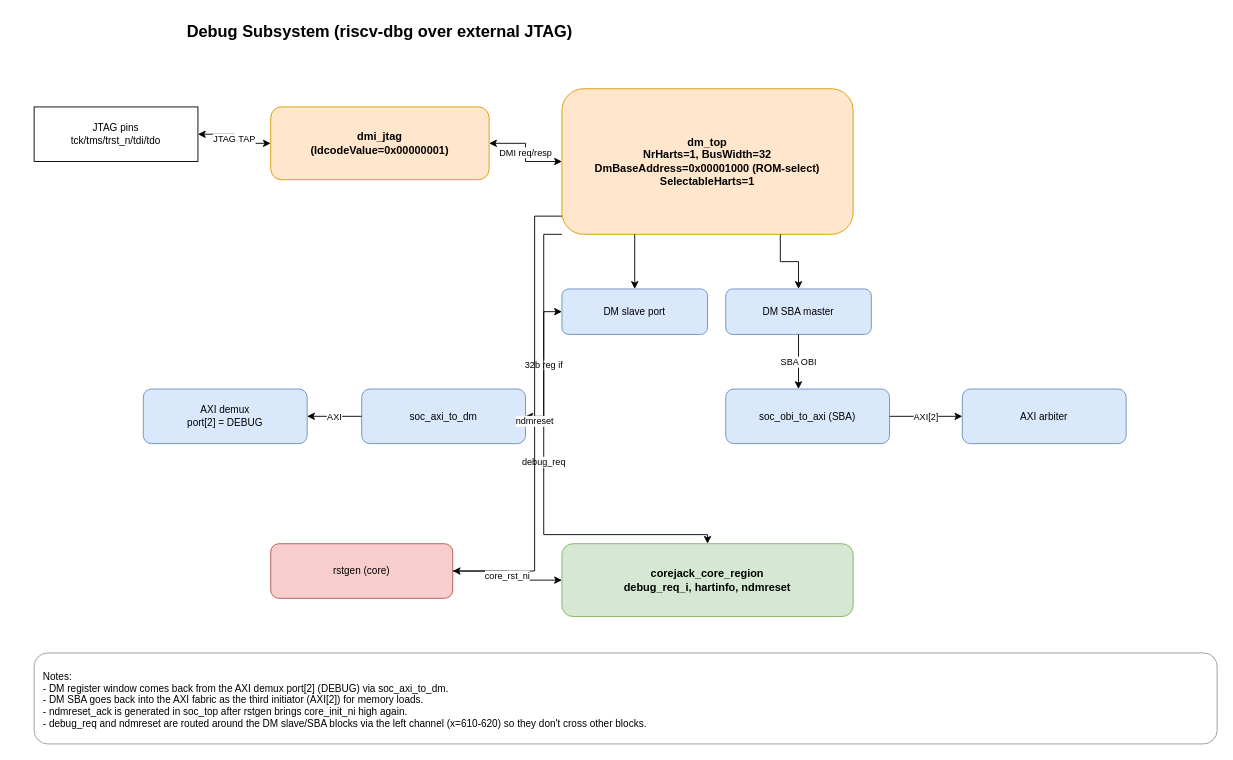
This is page "5. Debug Subsystem" (5 of 7) of docs/media/corejack_soc.drawio from patrickerich/corejack, a draw.io file, before an edit. Source tidied: cells renumbered, new cells numbered last; positions are measured from the earlier drawing's top-left corner, leaving out a move shared by most shapes. Both pictures are drawn from the tidied source at 91%, with x=0, y=0 at pixel (15, 15).
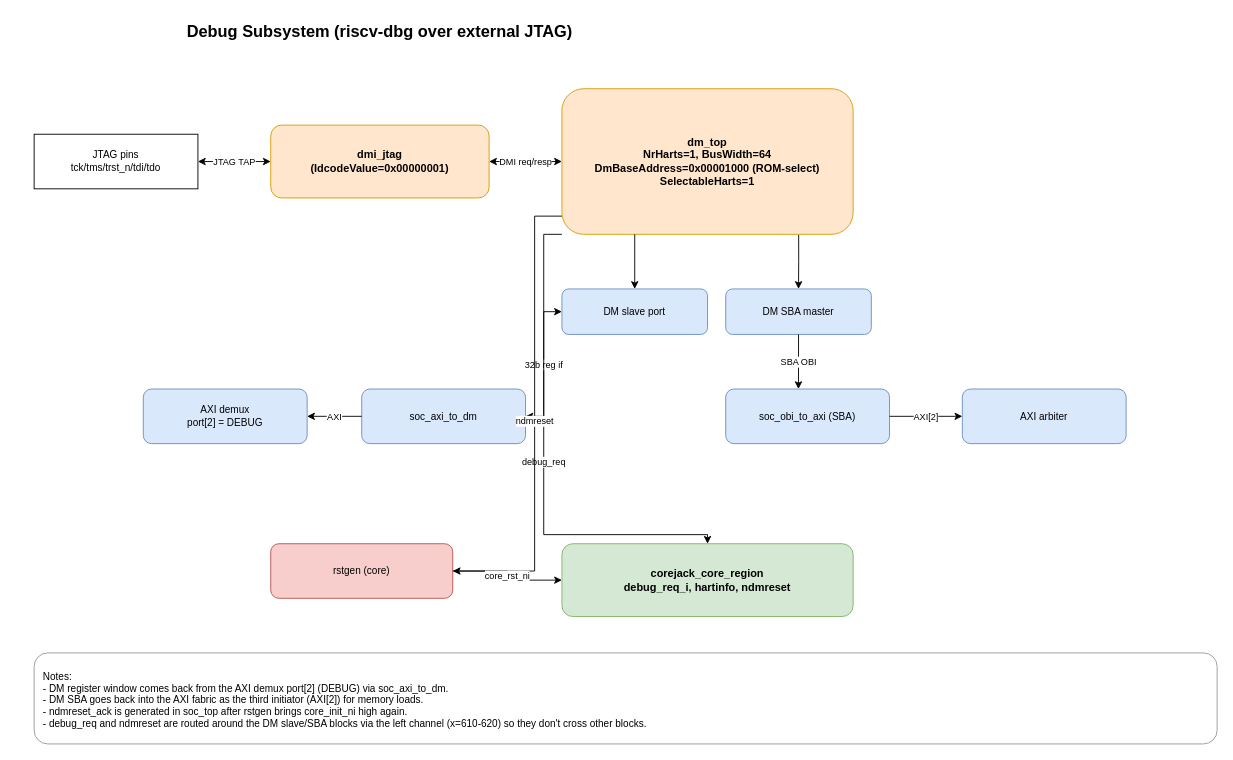
After the change.

The change refers to these unchanged cells:
```xml
<mxCell id="7" value="DM SBA master" style="rounded=1;whiteSpace=wrap;html=1;fillColor=#dae8fc;strokeColor=#6c8ebf;fontSize=11;verticalAlign=middle;" parent="1" vertex="1">
  <mxGeometry x="780" y="300" width="160" height="50" as="geometry" />
</mxCell>
```

Change to the diagram source:
```diff
@@
     <mxCell id="3" value="JTAG pins&#10;tck/tms/trst_n/tdi/tdo" style="rounded=0;whiteSpace=wrap;html=1;fillColor=#FFFFFF;strokeColor=#000000;fontSize=11;verticalAlign=middle;" parent="1" vertex="1">
-      <mxGeometry x="20" y="100" width="180" height="60" as="geometry" />
+      <mxGeometry x="20" y="130" width="180" height="60" as="geometry" />
     </mxCell>
     <mxCell id="4" value="dmi_jtag&#10;(IdcodeValue=0x00000001)" style="rounded=1;whiteSpace=wrap;html=1;fillColor=#ffe6cc;strokeColor=#d79b00;fontSize=12;fontStyle=1;verticalAlign=middle;" parent="1" vertex="1">
-      <mxGeometry x="280" y="100" width="240" height="80" as="geometry" />
+      <mxGeometry x="280" y="120" width="240" height="80" as="geometry" />
     </mxCell>
-    <mxCell id="5" value="dm_top&#10;NrHarts=1, BusWidth=32&#10;DmBaseAddress=0x00001000 (ROM-select)&#10;SelectableHarts=1" style="rounded=1;whiteSpace=wrap;html=1;fillColor=#ffe6cc;strokeColor=#d79b00;fontSize=12;fontStyle=1;verticalAlign=middle;" parent="1" vertex="1">
+    <mxCell id="5" value="dm_top&#10;NrHarts=1, BusWidth=64&#10;DmBaseAddress=0x00001000 (ROM-select)&#10;SelectableHarts=1" style="rounded=1;whiteSpace=wrap;html=1;fillColor=#ffe6cc;strokeColor=#d79b00;fontSize=12;fontStyle=1;verticalAlign=middle;" parent="1" vertex="1">
       <mxGeometry x="600" y="80" width="320" height="160" as="geometry" />
     </mxCell>
@@
-    <mxCell id="17" style="endArrow=classic;html=1;edgeStyle=orthogonalEdgeStyle;rounded=0;exitX=0.75;exitY=1;entryX=0.5;entryY=0;fontSize=10;" parent="1" edge="1" source="5" target="7">
+    <mxCell id="17" style="endArrow=classic;html=1;edgeStyle=orthogonalEdgeStyle;rounded=0;exitX=0.813;exitY=1.004;entryX=0.5;entryY=0;fontSize=10;exitDx=0;exitDy=0;exitPerimeter=0;" parent="1" edge="1" source="5" target="7">
       <mxGeometry relative="1" as="geometry" />
     </mxCell>
```
